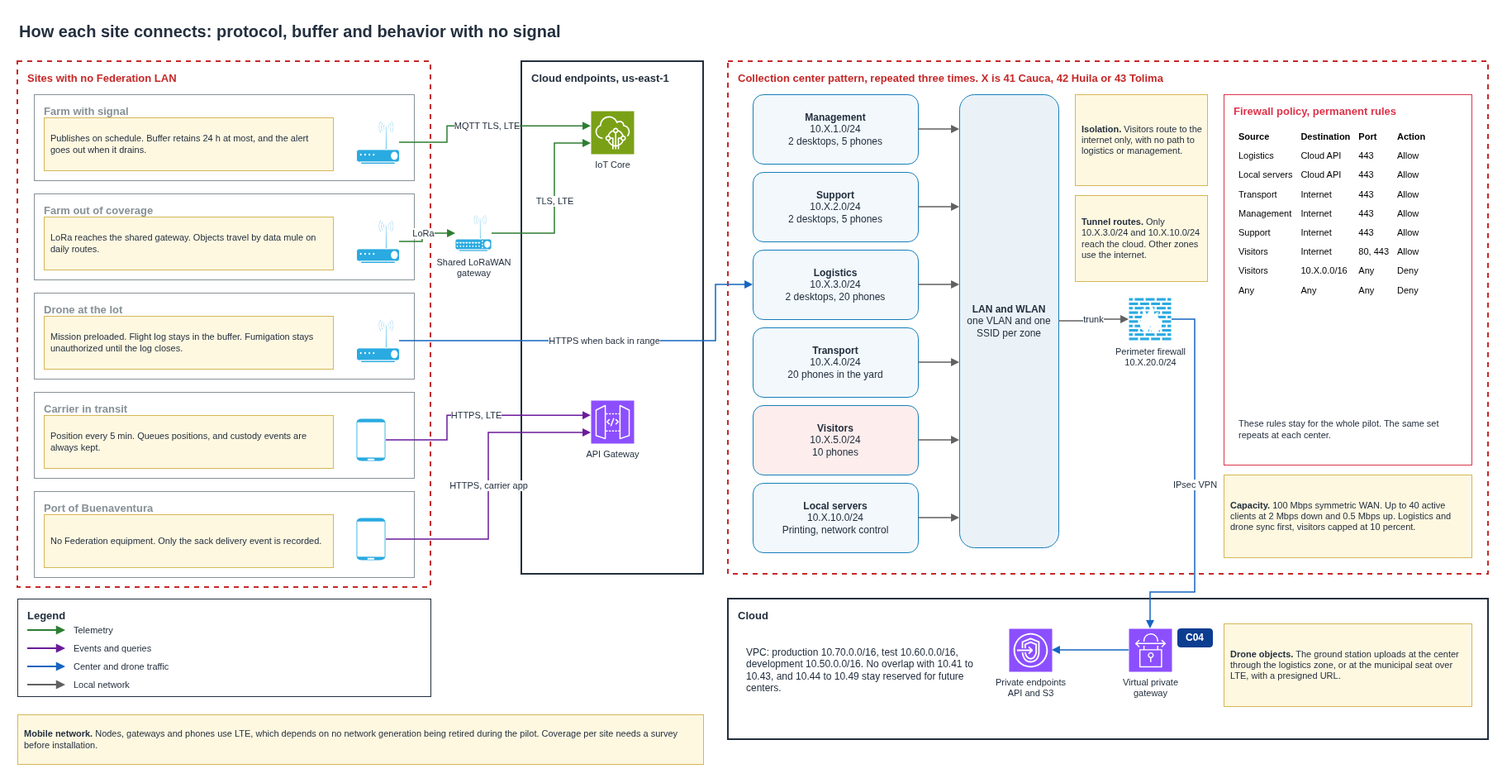
This is docs/architecture/diagrams/03-connectivity-and-centers.drawio.png from aromapacifico-devops/aromapacifico-devops-docs, a draw.io export, as it was before one commit. Source tidied: cells renumbered, new cells last; positions are measured from the earlier drawing's top-left corner, leaving out a move shared by most shapes.
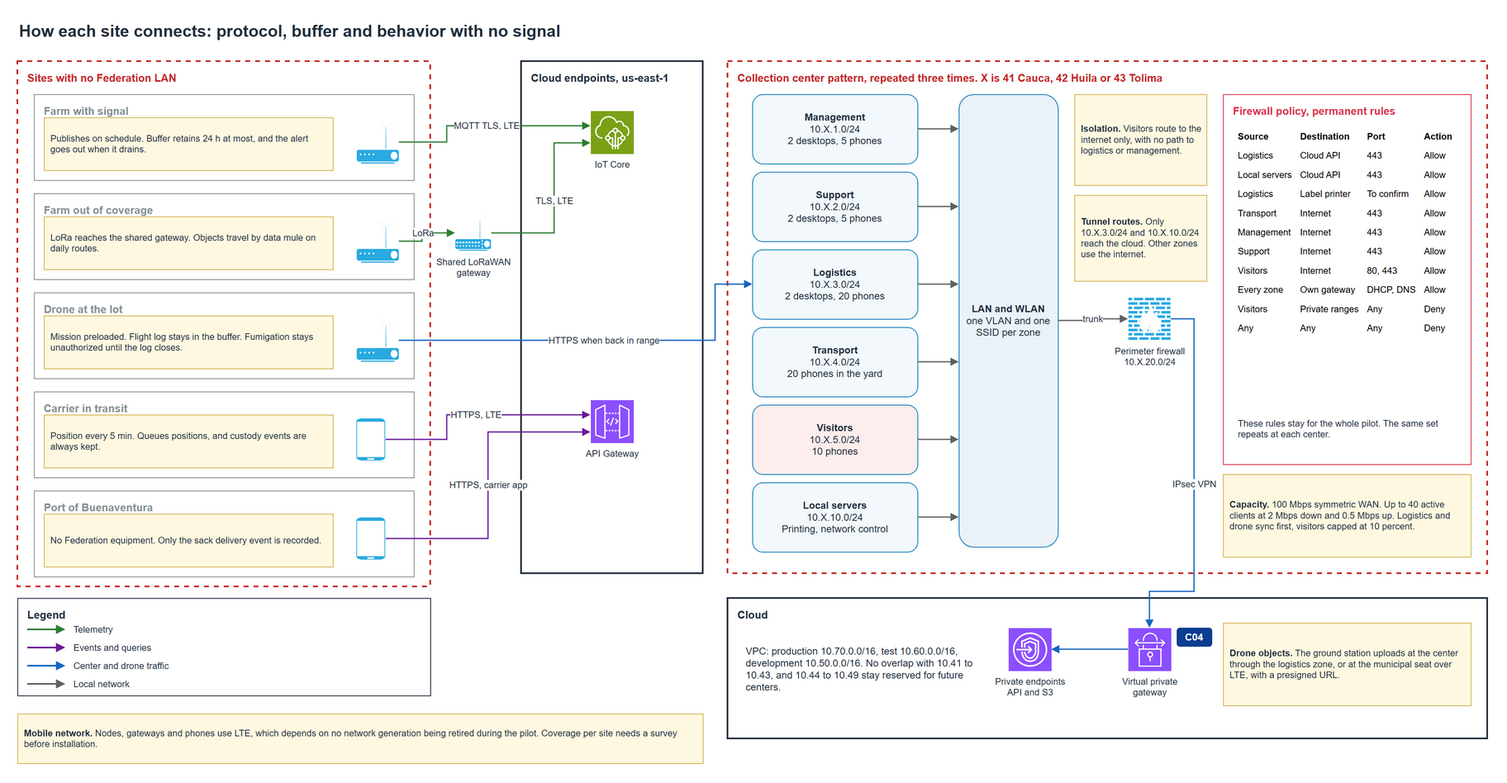
The same file after the commit.

Commit message:
docs(architecture): add center WLAN diagram and Windows export

The edit, as a diff of the source:
```diff
@@ -104,7 +104,7 @@
     <mxCell id="35" value="Firewall policy, permanent rules" style="rounded=0;whiteSpace=wrap;html=1;fillColor=none;strokeColor=#DD344C;strokeWidth=1;dashed=0;verticalAlign=top;align=left;spacingLeft=10;spacingRight=10;spacingTop=6;fontSize=13;fontStyle=1;fontColor=#DD344C;" parent="1" vertex="1">
       <mxGeometry x="1460" y="94" width="300" height="448" as="geometry" />
     </mxCell>
-    <mxCell id="36" value="&lt;table style='font-size:11px' cellpadding='4'&gt;&lt;tr&gt;&lt;td&gt;&lt;b&gt;Source&lt;/b&gt;&lt;/td&gt;&lt;td&gt;&lt;b&gt;Destination&lt;/b&gt;&lt;/td&gt;&lt;td&gt;&lt;b&gt;Port&lt;/b&gt;&lt;/td&gt;&lt;td&gt;&lt;b&gt;Action&lt;/b&gt;&lt;/td&gt;&lt;/tr&gt;&lt;tr&gt;&lt;td&gt;Logistics&lt;/td&gt;&lt;td&gt;Cloud API&lt;/td&gt;&lt;td&gt;443&lt;/td&gt;&lt;td&gt;Allow&lt;/td&gt;&lt;/tr&gt;&lt;tr&gt;&lt;td&gt;Local servers&lt;/td&gt;&lt;td&gt;Cloud API&lt;/td&gt;&lt;td&gt;443&lt;/td&gt;&lt;td&gt;Allow&lt;/td&gt;&lt;/tr&gt;&lt;tr&gt;&lt;td&gt;Transport&lt;/td&gt;&lt;td&gt;Internet&lt;/td&gt;&lt;td&gt;443&lt;/td&gt;&lt;td&gt;Allow&lt;/td&gt;&lt;/tr&gt;&lt;tr&gt;&lt;td&gt;Management&lt;/td&gt;&lt;td&gt;Internet&lt;/td&gt;&lt;td&gt;443&lt;/td&gt;&lt;td&gt;Allow&lt;/td&gt;&lt;/tr&gt;&lt;tr&gt;&lt;td&gt;Support&lt;/td&gt;&lt;td&gt;Internet&lt;/td&gt;&lt;td&gt;443&lt;/td&gt;&lt;td&gt;Allow&lt;/td&gt;&lt;/tr&gt;&lt;tr&gt;&lt;td&gt;Visitors&lt;/td&gt;&lt;td&gt;Internet&lt;/td&gt;&lt;td&gt;80, 443&lt;/td&gt;&lt;td&gt;Allow&lt;/td&gt;&lt;/tr&gt;&lt;tr&gt;&lt;td&gt;Visitors&lt;/td&gt;&lt;td&gt;10.X.0.0/16&lt;/td&gt;&lt;td&gt;Any&lt;/td&gt;&lt;td&gt;Deny&lt;/td&gt;&lt;/tr&gt;&lt;tr&gt;&lt;td&gt;Any&lt;/td&gt;&lt;td&gt;Any&lt;/td&gt;&lt;td&gt;Any&lt;/td&gt;&lt;td&gt;Deny&lt;/td&gt;&lt;/tr&gt;&lt;/table&gt;" style="text;html=1;align=left;verticalAlign=top;whiteSpace=wrap;fontSize=11;strokeColor=none;fillColor=none;" parent="1" vertex="1">
+    <mxCell id="36" value="&lt;table style='font-size:11px' cellpadding='4'&gt;&lt;tr&gt;&lt;td&gt;&lt;b&gt;Source&lt;/b&gt;&lt;/td&gt;&lt;td&gt;&lt;b&gt;Destination&lt;/b&gt;&lt;/td&gt;&lt;td&gt;&lt;b&gt;Port&lt;/b&gt;&lt;/td&gt;&lt;td&gt;&lt;b&gt;Action&lt;/b&gt;&lt;/td&gt;&lt;/tr&gt;&lt;tr&gt;&lt;td&gt;Logistics&lt;/td&gt;&lt;td&gt;Cloud API&lt;/td&gt;&lt;td&gt;443&lt;/td&gt;&lt;td&gt;Allow&lt;/td&gt;&lt;/tr&gt;&lt;tr&gt;&lt;td&gt;Local servers&lt;/td&gt;&lt;td&gt;Cloud API&lt;/td&gt;&lt;td&gt;443&lt;/td&gt;&lt;td&gt;Allow&lt;/td&gt;&lt;/tr&gt;&lt;tr&gt;&lt;td&gt;Logistics&lt;/td&gt;&lt;td&gt;Label printer&lt;/td&gt;&lt;td&gt;To confirm&lt;/td&gt;&lt;td&gt;Allow&lt;/td&gt;&lt;/tr&gt;&lt;tr&gt;&lt;td&gt;Transport&lt;/td&gt;&lt;td&gt;Internet&lt;/td&gt;&lt;td&gt;443&lt;/td&gt;&lt;td&gt;Allow&lt;/td&gt;&lt;/tr&gt;&lt;tr&gt;&lt;td&gt;Management&lt;/td&gt;&lt;td&gt;Internet&lt;/td&gt;&lt;td&gt;443&lt;/td&gt;&lt;td&gt;Allow&lt;/td&gt;&lt;/tr&gt;&lt;tr&gt;&lt;td&gt;Support&lt;/td&gt;&lt;td&gt;Internet&lt;/td&gt;&lt;td&gt;443&lt;/td&gt;&lt;td&gt;Allow&lt;/td&gt;&lt;/tr&gt;&lt;tr&gt;&lt;td&gt;Visitors&lt;/td&gt;&lt;td&gt;Internet&lt;/td&gt;&lt;td&gt;80, 443&lt;/td&gt;&lt;td&gt;Allow&lt;/td&gt;&lt;/tr&gt;&lt;tr&gt;&lt;td&gt;Every zone&lt;/td&gt;&lt;td&gt;Own gateway&lt;/td&gt;&lt;td&gt;DHCP, DNS&lt;/td&gt;&lt;td&gt;Allow&lt;/td&gt;&lt;/tr&gt;&lt;tr&gt;&lt;td&gt;Visitors&lt;/td&gt;&lt;td&gt;Private ranges&lt;/td&gt;&lt;td&gt;Any&lt;/td&gt;&lt;td&gt;Deny&lt;/td&gt;&lt;/tr&gt;&lt;tr&gt;&lt;td&gt;Any&lt;/td&gt;&lt;td&gt;Any&lt;/td&gt;&lt;td&gt;Any&lt;/td&gt;&lt;td&gt;Deny&lt;/td&gt;&lt;/tr&gt;&lt;/table&gt;" style="text;html=1;align=left;verticalAlign=top;whiteSpace=wrap;fontSize=11;strokeColor=none;fillColor=none;" parent="1" vertex="1">
       <mxGeometry x="1470" y="126" width="280" height="340" as="geometry" />
     </mxCell>
     <mxCell id="37" value="These rules stay for the whole pilot. The same set repeats at each center." style="text;html=1;whiteSpace=wrap;strokeColor=none;fillColor=none;align=left;verticalAlign=middle;fontSize=11;fontColor=#232F3E;fontStyle=0;" parent="1" vertex="1">
```
